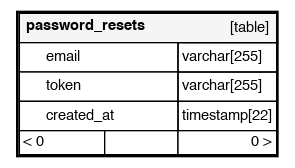
Above: diagrams/orphans/password_resets.1degree.png in biigle/schema (Graphviz), before the change. Its source is kept beside it as diagrams/orphans/password_resets.1degree.dot.
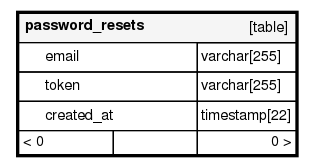
Above is the later version.

Diff of the diagram source:
```diff
@@ -20,9 +20,9 @@
    label=<
     <TABLE BORDER="2" CELLBORDER="1" CELLSPACING="0" BGCOLOR="#ffffff">
       <TR><TD COLSPAN="4"  BGCOLOR="#f5f5f5"><TABLE BORDER="0" CELLSPACING="0"><TR><TD ALIGN="LEFT"><B>password_resets</B></TD><TD ALIGN="RIGHT">[table]</TD></TR></TABLE></TD></TR>
-      <TR><TD PORT="email" COLSPAN="2" BGCOLOR="#ffffff" ALIGN="LEFT"><TABLE BORDER="0" CELLSPACING="0" ALIGN="LEFT"><TR ALIGN="LEFT"><TD ALIGN="LEFT" FIXEDSIZE="TRUE" WIDTH="15" HEIGHT="16"></TD><TD ALIGN="LEFT" FIXEDSIZE="TRUE" WIDTH="98" HEIGHT="16">email</TD></TR></TABLE></TD><TD PORT="email.type" ALIGN="LEFT">varchar[255]</TD></TR>
-      <TR><TD PORT="token" COLSPAN="2" BGCOLOR="#ffffff" ALIGN="LEFT"><TABLE BORDER="0" CELLSPACING="0" ALIGN="LEFT"><TR ALIGN="LEFT"><TD ALIGN="LEFT" FIXEDSIZE="TRUE" WIDTH="15" HEIGHT="16"></TD><TD ALIGN="LEFT" FIXEDSIZE="TRUE" WIDTH="98" HEIGHT="16">token</TD></TR></TABLE></TD><TD PORT="token.type" ALIGN="LEFT">varchar[255]</TD></TR>
-      <TR><TD PORT="created_at" COLSPAN="2" ALIGN="LEFT"><TABLE BORDER="0" CELLSPACING="0" ALIGN="LEFT"><TR ALIGN="LEFT"><TD ALIGN="LEFT" FIXEDSIZE="TRUE" WIDTH="15" HEIGHT="16"></TD><TD ALIGN="LEFT" FIXEDSIZE="TRUE" WIDTH="98" HEIGHT="16">created_at</TD></TR></TABLE></TD><TD PORT="created_at.type" ALIGN="LEFT">timestamp[22]</TD></TR>
+      <TR><TD PORT="email" COLSPAN="2" BGCOLOR="#ffffff" ALIGN="LEFT"><TABLE BORDER="0" CELLSPACING="0" ALIGN="LEFT"><TR ALIGN="LEFT"><TD ALIGN="LEFT" FIXEDSIZE="TRUE" WIDTH="15" HEIGHT="16"></TD><TD ALIGN="LEFT" FIXEDSIZE="TRUE" WIDTH="113" HEIGHT="16">email</TD></TR></TABLE></TD><TD PORT="email.type" ALIGN="LEFT">varchar[255]</TD></TR>
+      <TR><TD PORT="token" COLSPAN="2" ALIGN="LEFT"><TABLE BORDER="0" CELLSPACING="0" ALIGN="LEFT"><TR ALIGN="LEFT"><TD ALIGN="LEFT" FIXEDSIZE="TRUE" WIDTH="15" HEIGHT="16"></TD><TD ALIGN="LEFT" FIXEDSIZE="TRUE" WIDTH="113" HEIGHT="16">token</TD></TR></TABLE></TD><TD PORT="token.type" ALIGN="LEFT">varchar[255]</TD></TR>
+      <TR><TD PORT="created_at" COLSPAN="2" ALIGN="LEFT"><TABLE BORDER="0" CELLSPACING="0" ALIGN="LEFT"><TR ALIGN="LEFT"><TD ALIGN="LEFT" FIXEDSIZE="TRUE" WIDTH="15" HEIGHT="16"></TD><TD ALIGN="LEFT" FIXEDSIZE="TRUE" WIDTH="113" HEIGHT="16">created_at</TD></TR></TABLE></TD><TD PORT="created_at.type" ALIGN="LEFT">timestamp[22]</TD></TR>
       <TR><TD ALIGN="LEFT" BGCOLOR="#ffffff">&lt; 0</TD><TD ALIGN="RIGHT" BGCOLOR="#ffffff">  </TD><TD ALIGN="RIGHT" BGCOLOR="#ffffff">0 &gt;</TD></TR>
     </TABLE>>
     URL="tables/password_resets.html"
```
